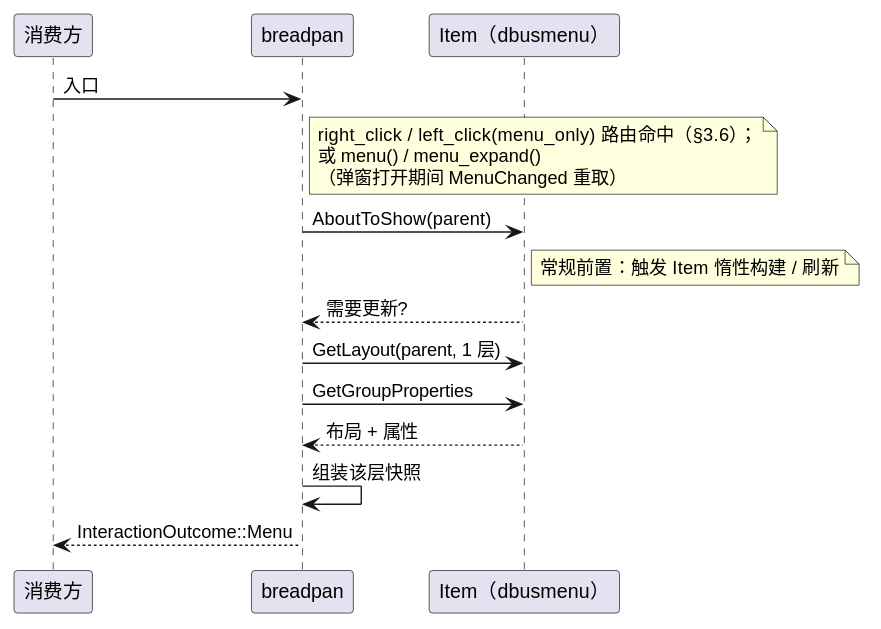
This is breadpan/diagram/breadpan-menu.svg from 54m43lJ/BreadKnife, a PlantUML export, as it was before one commit.
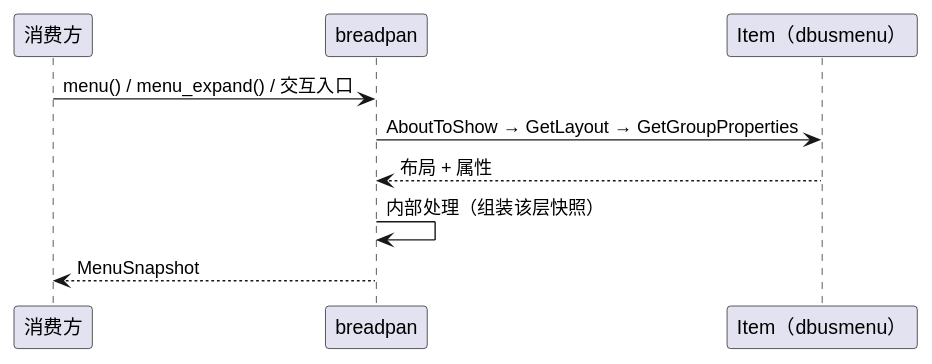
Above is the later version.

Change to the diagram source:
```diff
@@ -3,20 +3,9 @@
 participant breadpan
 participant "Item（dbusmenu）" as item
 
-消费方 -> breadpan: 入口
-note right of breadpan
-  right_click / left_click(menu_only) 路由命中（§3.6）；
-  或 menu() / menu_expand()
-  （弹窗打开期间 MenuChanged 重取）
-end note
-breadpan -> item: AboutToShow(parent)
-note right of item
-  常规前置：触发 Item 惰性构建 / 刷新
-end note
-item --> breadpan: 需要更新?
-breadpan -> item: GetLayout(parent, 1 层)
-breadpan -> item: GetGroupProperties
+消费方 -> breadpan: menu() / menu_expand() / 交互入口
+breadpan -> item: AboutToShow → GetLayout → GetGroupProperties
 item --> breadpan: 布局 + 属性
-breadpan -> breadpan: 组装该层快照
-breadpan --> 消费方: InteractionOutcome::Menu
+breadpan -> breadpan: 内部处理（组装该层快照）
+breadpan --> 消费方: MenuSnapshot
 @enduml
```
